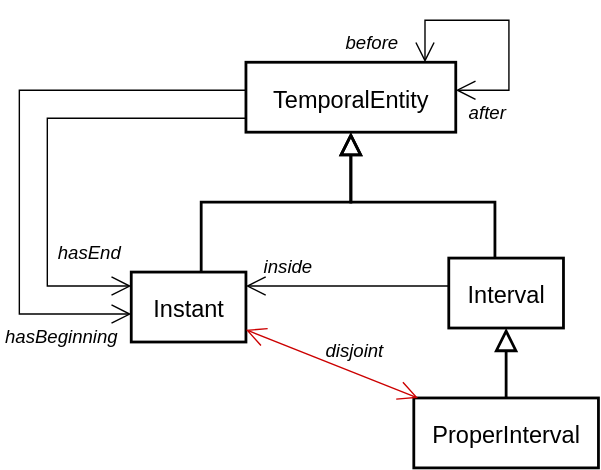
Earlier version of the draw.io export images/temporal-entity.svg (w3c/sdw-time). Source tidied: cells renumbered, new cells last; positions are measured from the earlier drawing's top-left corner, leaving out a move shared by most shapes.
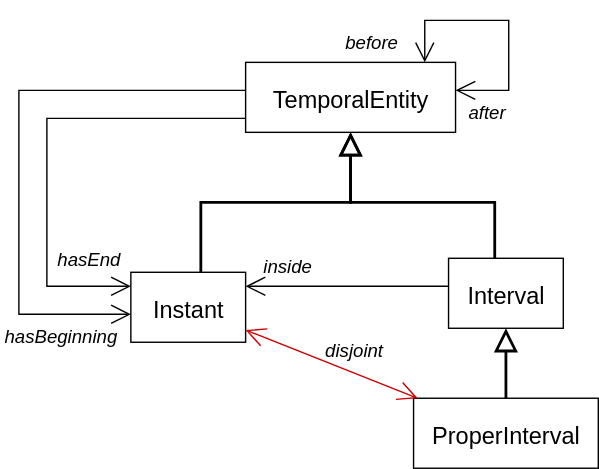
The same file after the commit.

Diff of the diagram source:
```diff
@@ -2,10 +2,10 @@
   <root>
     <mxCell id="0" />
     <mxCell id="1" parent="0" />
-    <mxCell id="2" value="TemporalEntity" style="html=1;overflow=block;blockSpacing=1;whiteSpace=wrap;fontSize=16.8;fontColor=default;align=center;spacing=0;strokeOpacity=100;fillColor=none;strokeWidth=2;strokeColor=default;convertToSvg=1;" parent="1" vertex="1">
+    <mxCell id="2" value="TemporalEntity" style="html=1;overflow=block;blockSpacing=1;whiteSpace=wrap;fontSize=16.8;fontColor=default;align=center;spacing=0;strokeOpacity=100;fillColor=none;strokeWidth=1;strokeColor=default;convertToSvg=1;" parent="1" vertex="1">
       <mxGeometry x="162" y="30" width="150" height="50" as="geometry" />
     </mxCell>
-    <mxCell id="3" value="Instant" style="html=1;overflow=block;blockSpacing=1;whiteSpace=wrap;fontSize=16.8;fontColor=default;align=center;spacing=0;strokeOpacity=100;fillColor=none;strokeWidth=2;strokeColor=default;convertToSvg=1;" parent="1" vertex="1">
+    <mxCell id="3" value="Instant" style="html=1;overflow=block;blockSpacing=1;whiteSpace=wrap;fontSize=16.8;fontColor=default;align=center;spacing=0;strokeOpacity=100;fillColor=none;strokeWidth=1;strokeColor=default;convertToSvg=1;" parent="1" vertex="1">
       <mxGeometry x="80" y="180" width="82" height="50" as="geometry" />
     </mxCell>
     <mxCell id="4" style="html=1;jettySize=18;whiteSpace=wrap;fontSize=13;strokeColor=default;strokeOpacity=100;fixDash=1;strokeWidth=2;rounded=0;startArrow=none;endArrow=block;lucidId=XvNQ3zJcAKRb;endFill=0;endSize=12;fontColor=default;convertToSvg=1;edgeStyle=orthogonalEdgeStyle;" parent="1" edge="1" source="3" target="2">
@@ -16,10 +16,10 @@
         </Array>
       </mxGeometry>
     </mxCell>
-    <mxCell id="5" value="Interval" style="html=1;overflow=block;blockSpacing=1;whiteSpace=wrap;fontSize=16.8;fontColor=default;align=center;spacing=0;strokeOpacity=100;fillColor=none;strokeWidth=2;strokeColor=default;convertToSvg=1;" parent="1" vertex="1">
+    <mxCell id="5" value="Interval" style="html=1;overflow=block;blockSpacing=1;whiteSpace=wrap;fontSize=16.8;fontColor=default;align=center;spacing=0;strokeOpacity=100;fillColor=none;strokeWidth=1;strokeColor=default;convertToSvg=1;" parent="1" vertex="1">
       <mxGeometry x="307" y="170" width="82" height="50" as="geometry" />
     </mxCell>
-    <mxCell id="6" value="ProperInterval" style="html=1;overflow=block;blockSpacing=1;whiteSpace=wrap;fontSize=16.8;fontColor=default;align=center;spacing=0;strokeOpacity=100;fillColor=none;strokeWidth=2;strokeColor=default;convertToSvg=1;" parent="1" vertex="1">
+    <mxCell id="6" value="ProperInterval" style="html=1;overflow=block;blockSpacing=1;whiteSpace=wrap;fontSize=16.8;fontColor=default;align=center;spacing=0;strokeOpacity=100;fillColor=none;strokeWidth=1;strokeColor=default;convertToSvg=1;" parent="1" vertex="1">
       <mxGeometry x="282" y="270" width="132" height="50" as="geometry" />
     </mxCell>
     <mxCell id="7" style="html=1;jettySize=18;whiteSpace=wrap;fontSize=13;strokeColor=default;strokeOpacity=100;fixDash=1;strokeWidth=2;rounded=0;startArrow=none;endArrow=block;lucidId=XvNQ3zJcAKRb;endFill=0;endSize=12;fontColor=default;convertToSvg=1;edgeStyle=orthogonalEdgeStyle;" parent="1" edge="1" source="5" target="2">
@@ -65,7 +65,7 @@
       <mxGeometry x="309.5" y="50" width="50" height="30" as="geometry" />
     </mxCell>
     <mxCell id="14" value="hasEnd" style="html=1;overflow=block;blockSpacing=1;whiteSpace=wrap;fontSize=13.3;fontStyle=2;align=center;spacing=3.8;verticalAlign=middle;strokeColor=none;fillOpacity=0;fillColor=#ffffff;dashed=1;fixDash=1;dashPattern=16 6;strokeWidth=2;lucidId=0ZtLoD1I2n68;fontColor=default;convertToSvg=1;" parent="1" vertex="1">
-      <mxGeometry x="20" y="150" width="60" height="30" as="geometry" />
+      <mxGeometry x="20" y="155" width="60" height="30" as="geometry" />
     </mxCell>
     <mxCell id="15" value="hasBeginning" style="html=1;overflow=block;blockSpacing=1;whiteSpace=wrap;fontSize=13.3;fontStyle=2;align=center;spacing=3.8;verticalAlign=middle;strokeColor=none;fillOpacity=0;fillColor=#ffffff;dashed=1;fixDash=1;dashPattern=16 6;strokeWidth=2;lucidId=0ZtLoD1I2n68;fontColor=default;convertToSvg=1;" parent="1" vertex="1">
       <mxGeometry y="210" width="60" height="30" as="geometry" />
```
